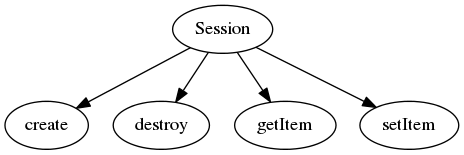
Earlier version of the Graphviz export public/graphs/Session.png (a1arias/aps-express). Its source is kept beside it as public/graphs/Session.dot. Its diagram source:
```dot
digraph G {
	Session -> create;
	Session -> destroy;
	Session -> getItem;
	Session -> setItem;
}
```
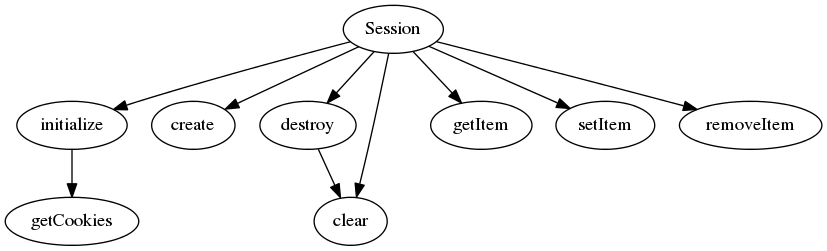
Later version of the same file.

Diff of the diagram source:
```diff
@@ -1,6 +1,9 @@
-digraph G {
+digraph Session {
+	Session -> initialize -> getCookies;
 	Session -> create;
-	Session -> destroy;
+	Session -> destroy -> clear;
 	Session -> getItem;
 	Session -> setItem;
+	Session -> removeItem;
+	Session -> clear;
 }
```
